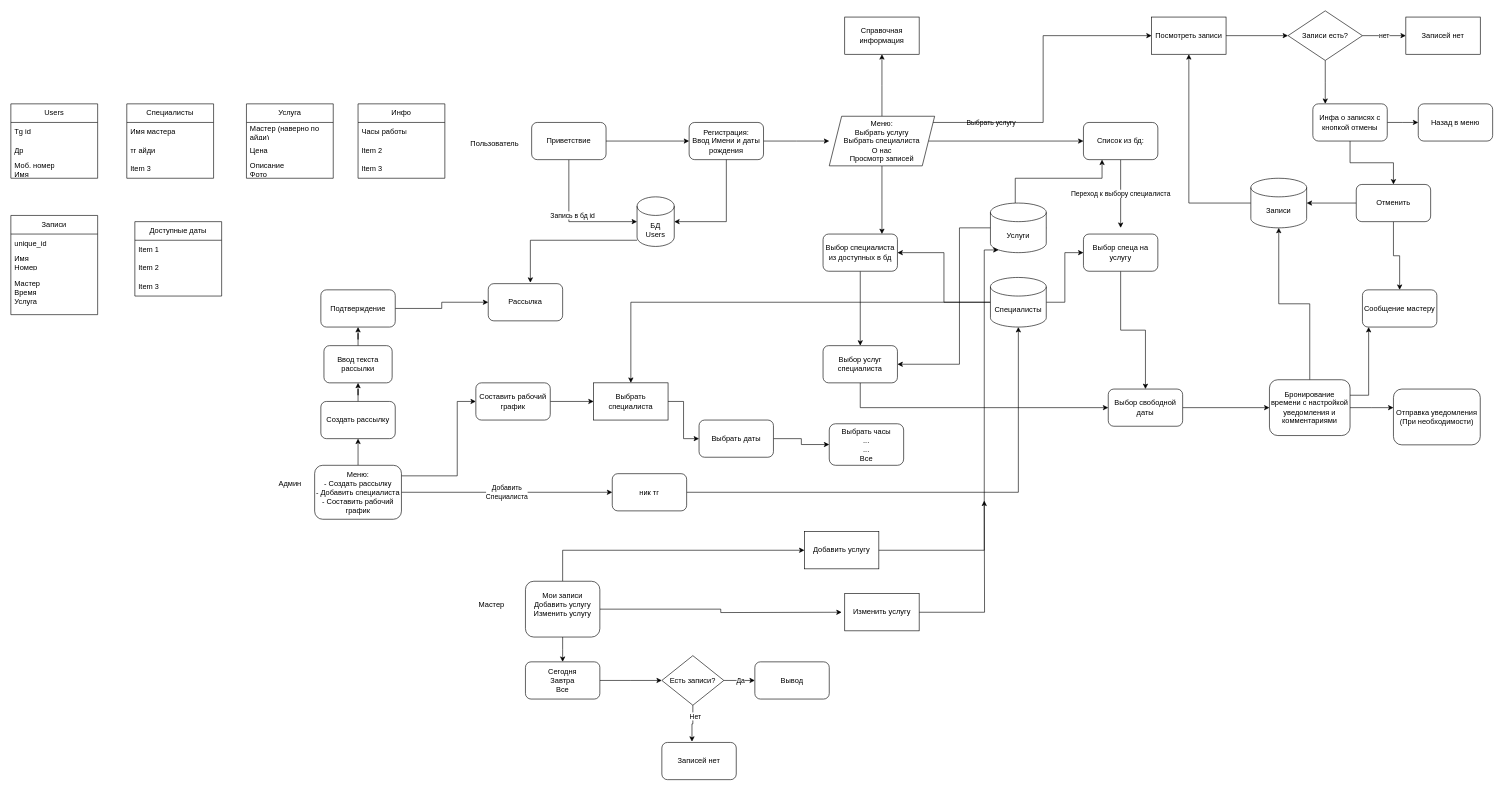
This is Barber booking bot/block-schema.drawio from Qretnh/Telegram-Bots, a draw.io file, before an edit. Source tidied: cells renumbered, new cells numbered last; positions are measured from the earlier drawing's top-left corner, leaving out a move shared by most shapes. Both pictures are drawn from the tidied source at 62%, with x=0, y=0 at pixel (11, 11).
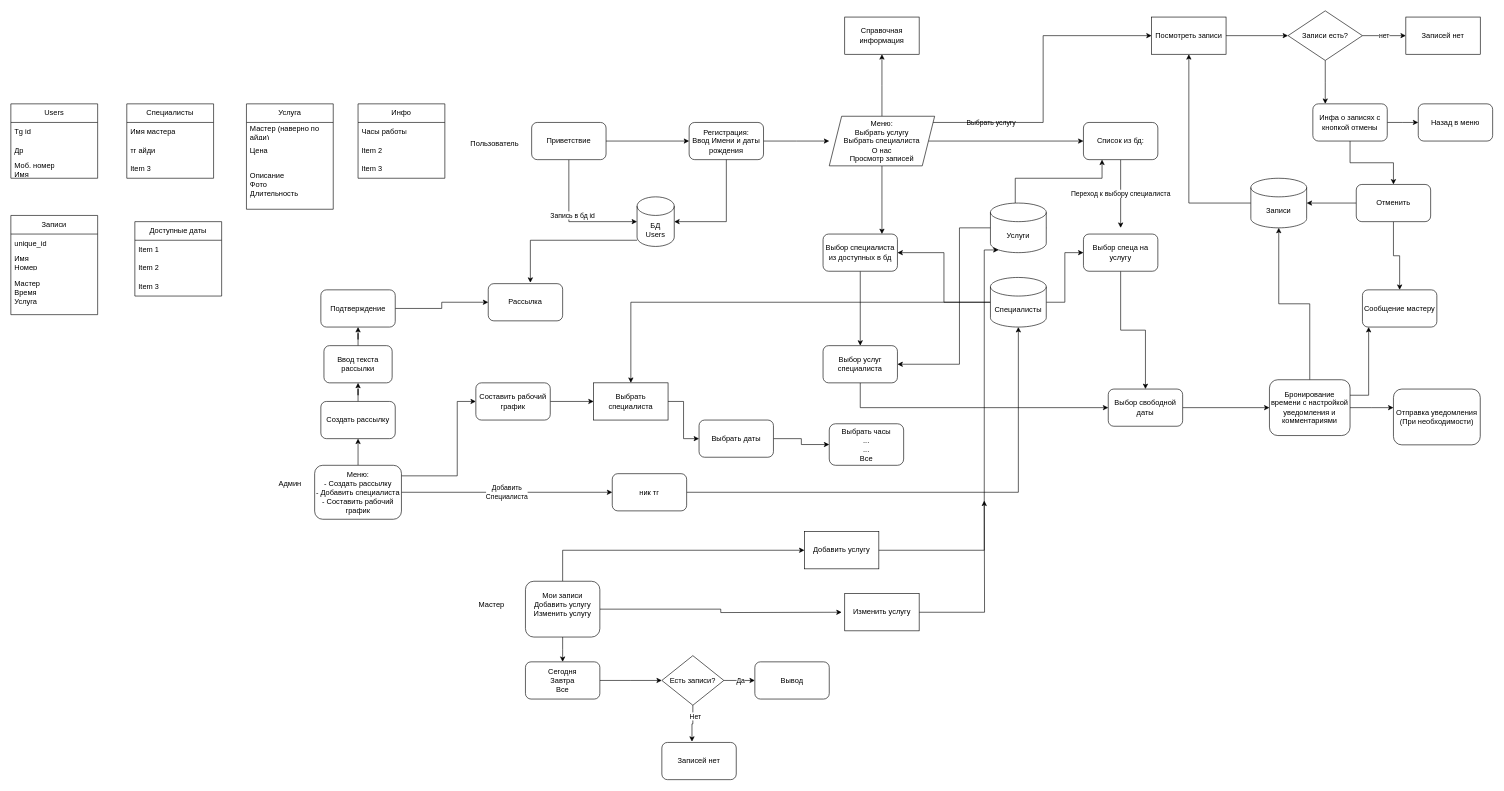
The same page after the edit.

The edit, as a diff of the source:
```diff
@@
     <mxCell id="84" value="Услуга" style="swimlane;fontStyle=0;horizontal=1;startSize=30;whiteSpace=wrap;html=1;" parent="1" vertex="1">
-      <mxGeometry x="380" y="150" width="140" height="120" as="geometry" />
+      <mxGeometry x="380" y="150" width="140" height="170" as="geometry" />
     </mxCell>
@@
-    <mxCell id="87" value="Описание&lt;div&gt;Фото&lt;/div&gt;" style="text;strokeColor=none;fillColor=none;align=left;verticalAlign=middle;spacingLeft=4;spacingRight=4;overflow=hidden;whiteSpace=wrap;html=1;" parent="84" vertex="1">
-      <mxGeometry y="90" width="140" height="30" as="geometry" />
+    <mxCell id="87" value="Описание&lt;div&gt;Фото&lt;/div&gt;&lt;div&gt;Длительность&lt;/div&gt;" style="text;strokeColor=none;fillColor=none;align=left;verticalAlign=middle;spacingLeft=4;spacingRight=4;overflow=hidden;whiteSpace=wrap;html=1;" parent="84" vertex="1">
+      <mxGeometry y="90" width="140" height="80" as="geometry" />
     </mxCell>
```
